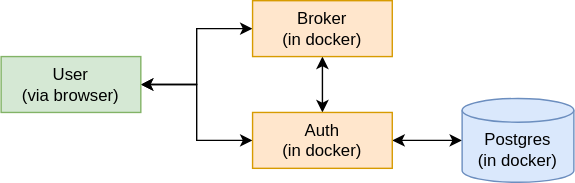
Before: structure.svg, a diagram exported from draw.io (fangjjcs/Working-with-Microservices-in-Golang). Source tidied: cells renumbered, new cells last; positions are measured from the earlier drawing's top-left corner, leaving out a move shared by most shapes.
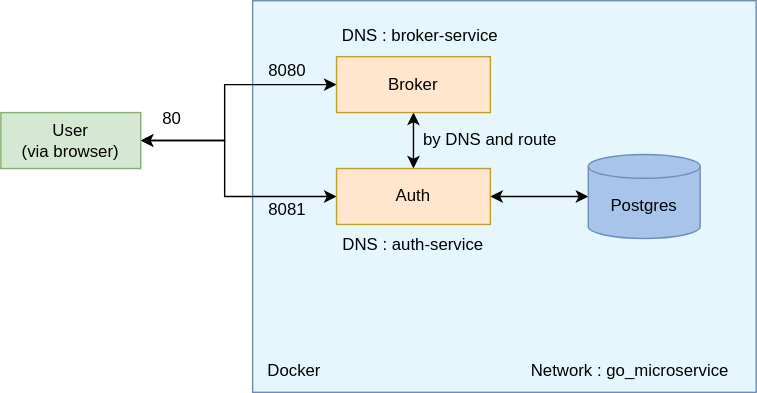
The same file after the commit.

Diff of the diagram source:
```diff
@@ -2,29 +2,66 @@
   <root>
     <mxCell id="0" />
     <mxCell id="1" parent="0" />
+    <mxCell id="10" style="rounded=0;whiteSpace=wrap;html=1;fillColor=#E5F7FC;strokeColor=#6c8ebf;" parent="1" vertex="1">
+      <mxGeometry x="160" y="-40" width="360" height="280" as="geometry" />
+    </mxCell>
     <mxCell id="2" style="edgeStyle=orthogonalEdgeStyle;rounded=0;jettySize=auto;html=1;exitX=1;exitY=0.5;exitDx=0;exitDy=0;entryX=0;entryY=0.5;entryDx=0;entryDy=0;startArrow=classic;startFill=1;" parent="1" edge="1" source="4" target="6">
-      <mxGeometry relative="1" as="geometry" />
+      <mxGeometry relative="1" as="geometry">
+        <Array as="points">
+          <mxPoint x="140" y="60" />
+          <mxPoint x="140" y="20" />
+        </Array>
+      </mxGeometry>
     </mxCell>
     <mxCell id="3" style="edgeStyle=orthogonalEdgeStyle;rounded=0;jettySize=auto;html=1;entryX=0;entryY=0.5;entryDx=0;entryDy=0;startArrow=classic;startFill=1;" parent="1" edge="1" source="4" target="8">
-      <mxGeometry relative="1" as="geometry" />
+      <mxGeometry relative="1" as="geometry">
+        <Array as="points">
+          <mxPoint x="140" y="60" />
+          <mxPoint x="140" y="100" />
+        </Array>
+      </mxGeometry>
     </mxCell>
     <mxCell id="4" value="User&lt;br&gt;(via browser)" style="rounded=0;whiteSpace=wrap;html=1;fillColor=#d5e8d4;strokeColor=#82b366;" parent="1" vertex="1">
-      <mxGeometry y="40" width="100" height="40" as="geometry" />
+      <mxGeometry x="-20" y="40" width="100" height="40" as="geometry" />
     </mxCell>
     <mxCell id="5" style="edgeStyle=orthogonalEdgeStyle;rounded=0;jettySize=auto;html=1;exitX=0.5;exitY=1;exitDx=0;exitDy=0;startArrow=classic;startFill=1;" parent="1" edge="1" source="6" target="8">
       <mxGeometry relative="1" as="geometry" />
     </mxCell>
-    <mxCell id="6" value="Broker&lt;br&gt;(in docker)" style="rounded=0;whiteSpace=wrap;html=1;fillColor=#ffe6cc;strokeColor=#d79b00;" parent="1" vertex="1">
-      <mxGeometry x="180" width="100" height="40" as="geometry" />
+    <mxCell id="6" value="Broker" style="rounded=0;whiteSpace=wrap;html=1;fillColor=#ffe6cc;strokeColor=#d79b00;" parent="1" vertex="1">
+      <mxGeometry x="220" width="110" height="40" as="geometry" />
     </mxCell>
     <mxCell id="7" style="edgeStyle=orthogonalEdgeStyle;rounded=0;jettySize=auto;html=1;entryX=0;entryY=0.5;entryDx=0;entryDy=0;entryPerimeter=0;startArrow=classic;startFill=1;" parent="1" edge="1" source="8" target="9">
       <mxGeometry relative="1" as="geometry" />
     </mxCell>
-    <mxCell id="8" value="Auth&lt;br&gt;(in docker)" style="rounded=0;whiteSpace=wrap;html=1;fillColor=#ffe6cc;strokeColor=#d79b00;" parent="1" vertex="1">
-      <mxGeometry x="180" y="80" width="100" height="40" as="geometry" />
+    <mxCell id="8" value="Auth" style="rounded=0;whiteSpace=wrap;html=1;fillColor=#ffe6cc;strokeColor=#d79b00;" parent="1" vertex="1">
+      <mxGeometry x="220" y="80" width="110" height="40" as="geometry" />
     </mxCell>
-    <mxCell id="9" value="Postgres&lt;br&gt;(in docker)" style="shape=cylinder3;whiteSpace=wrap;html=1;boundedLbl=1;backgroundOutline=1;size=8.5;fillColor=#dae8fc;strokeColor=#6c8ebf;" parent="1" vertex="1">
-      <mxGeometry x="330" y="70" width="80" height="60" as="geometry" />
+    <mxCell id="9" value="Postgres" style="shape=cylinder3;whiteSpace=wrap;html=1;boundedLbl=1;backgroundOutline=1;size=8.5;fillColor=#A9C4EB;strokeColor=#6c8ebf;" parent="1" vertex="1">
+      <mxGeometry x="400" y="70" width="80" height="60" as="geometry" />
     </mxCell>
+    <mxCell id="11" value="Network : go_microservice" style="text;html=1;strokeColor=none;fillColor=none;align=center;verticalAlign=middle;whiteSpace=wrap;rounded=0;" parent="1" vertex="1">
+      <mxGeometry x="340" y="210" width="180" height="30" as="geometry" />
+    </mxCell>
+    <mxCell id="12" value="DNS : auth-service" style="text;html=1;strokeColor=none;fillColor=none;align=center;verticalAlign=middle;whiteSpace=wrap;rounded=0;" parent="1" vertex="1">
+      <mxGeometry x="220" y="120" width="110" height="30" as="geometry" />
+    </mxCell>
+    <mxCell id="13" value="DNS : broker-service" style="text;html=1;strokeColor=none;fillColor=none;align=center;verticalAlign=middle;whiteSpace=wrap;rounded=0;" parent="1" vertex="1">
+      <mxGeometry x="220" y="-30" width="120" height="30" as="geometry" />
+    </mxCell>
+    <mxCell id="14" value="80" style="text;html=1;strokeColor=none;fillColor=none;align=center;verticalAlign=middle;whiteSpace=wrap;rounded=0;" parent="1" vertex="1">
+      <mxGeometry x="90" y="30" width="25" height="30" as="geometry" />
+    </mxCell>
+    <mxCell id="15" value="8081" style="text;html=1;strokeColor=none;fillColor=none;align=center;verticalAlign=middle;whiteSpace=wrap;rounded=0;" parent="1" vertex="1">
+      <mxGeometry x="170" y="100" width="30" height="20" as="geometry" />
+    </mxCell>
+    <mxCell id="16" value="8080" style="text;html=1;strokeColor=none;fillColor=none;align=center;verticalAlign=middle;whiteSpace=wrap;rounded=0;" parent="1" vertex="1">
+      <mxGeometry x="170" width="30" height="20" as="geometry" />
+    </mxCell>
+    <mxCell id="17" value="by DNS and route" style="text;html=1;strokeColor=none;fillColor=none;align=center;verticalAlign=middle;whiteSpace=wrap;rounded=0;" parent="1" vertex="1">
+      <mxGeometry x="280" y="50" width="100" height="20" as="geometry" />
+    </mxCell>
+    <mxCell id="18" value="Docker" style="text;html=1;strokeColor=none;fillColor=none;align=center;verticalAlign=middle;whiteSpace=wrap;rounded=0;" parent="1" vertex="1">
+      <mxGeometry x="160" y="210" width="60" height="30" as="geometry" />
+    </mxCell>
   </root>
 </mxGraphModel>
```
